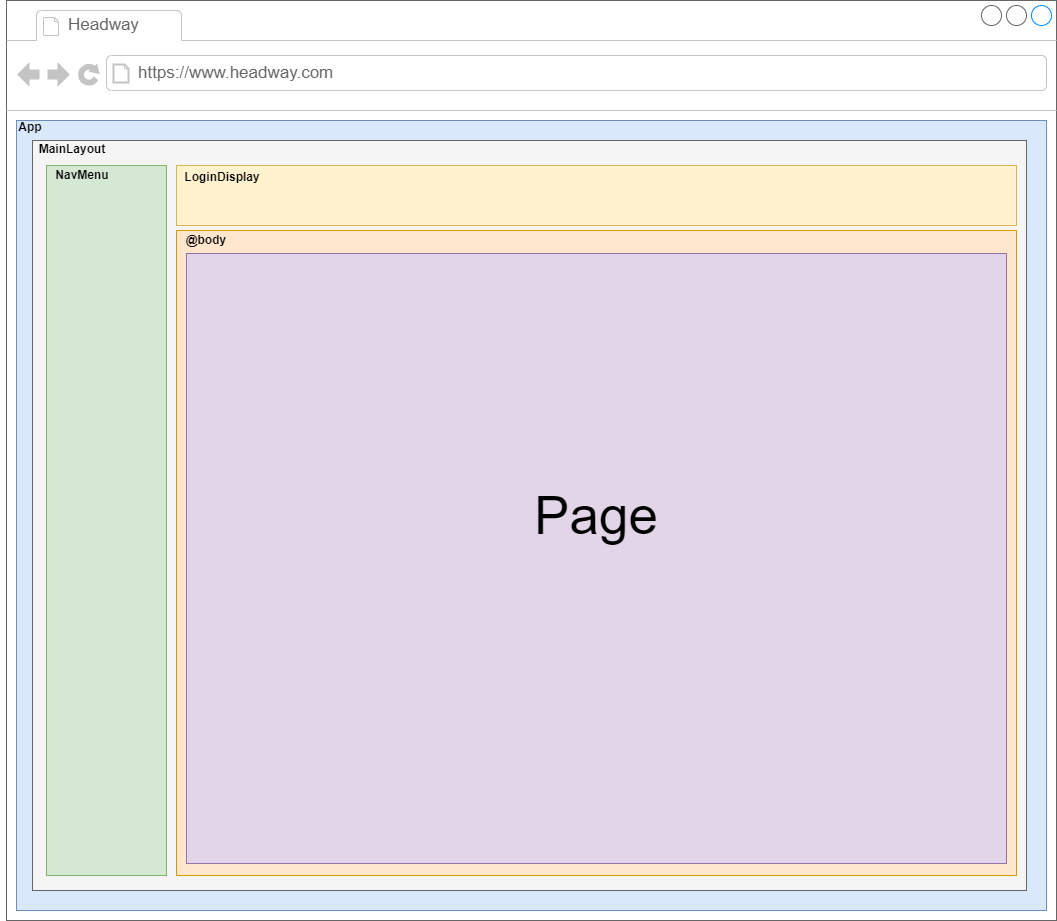
The draw.io diagram readme-images/Layout.drawio.png in grantcolley/headway, before a commit. Source tidied: cells renumbered, new cells last; positions are measured from the earlier drawing's top-left corner, leaving out a move shared by most shapes. Its diagram source:
```xml
<mxGraphModel background="#ffffff">
  <root>
    <mxCell id="0" />
    <mxCell id="1" parent="0" />
    <mxCell id="2" style="strokeWidth=1;shadow=0;dashed=0;align=center;html=1;shape=mxgraph.mockup.containers.browserWindow;rSize=0;strokeColor=#666666;mainText=,;rounded=0;labelBackgroundColor=none;fontFamily=Verdana;fontSize=26;" parent="1" vertex="1">
      <mxGeometry x="6" width="1050" height="920" as="geometry" />
    </mxCell>
    <mxCell id="3" value="Headway" style="strokeWidth=1;shadow=0;dashed=0;align=center;html=1;shape=mxgraph.mockup.containers.anchor;fontSize=17;fontColor=#666666;align=left;" parent="2" vertex="1">
      <mxGeometry x="60" y="12" width="110" height="26" as="geometry" />
    </mxCell>
    <mxCell id="4" value="https://www.headway.com" style="strokeWidth=1;shadow=0;dashed=0;align=center;html=1;shape=mxgraph.mockup.containers.anchor;rSize=0;fontSize=17;fontColor=#666666;align=left;" parent="2" vertex="1">
      <mxGeometry x="130" y="60" width="250" height="26" as="geometry" />
    </mxCell>
    <mxCell id="5" style="rounded=0;whiteSpace=wrap;html=1;fillColor=#dae8fc;strokeColor=#6c8ebf;" parent="2" vertex="1">
      <mxGeometry x="10" y="120" width="1030" height="790" as="geometry" />
    </mxCell>
    <mxCell id="6" value="App" style="text;html=1;strokeColor=none;fillColor=none;align=center;verticalAlign=middle;whiteSpace=wrap;rounded=0;fontStyle=1;" parent="2" vertex="1">
      <mxGeometry x="-6" y="112" width="60" height="30" as="geometry" />
    </mxCell>
    <mxCell id="7" style="rounded=0;whiteSpace=wrap;html=1;fillColor=#f5f5f5;strokeColor=#666666;fontColor=#333333;" parent="2" vertex="1">
      <mxGeometry x="26" y="140" width="994" height="750" as="geometry" />
    </mxCell>
    <mxCell id="8" style="rounded=0;whiteSpace=wrap;html=1;fillColor=#d5e8d4;strokeColor=#82b366;" parent="2" vertex="1">
      <mxGeometry x="40" y="165" width="120" height="710" as="geometry" />
    </mxCell>
    <mxCell id="9" style="rounded=0;whiteSpace=wrap;html=1;fillColor=#fff2cc;strokeColor=#d6b656;" parent="2" vertex="1">
      <mxGeometry x="170" y="165" width="840" height="60" as="geometry" />
    </mxCell>
    <mxCell id="10" style="rounded=0;whiteSpace=wrap;html=1;fillColor=#ffe6cc;strokeColor=#d79b00;" parent="2" vertex="1">
      <mxGeometry x="170" y="230" width="840" height="645" as="geometry" />
    </mxCell>
    <mxCell id="11" style="rounded=0;whiteSpace=wrap;html=1;fillColor=#e1d5e7;strokeColor=#9673a6;" parent="2" vertex="1">
      <mxGeometry x="180" y="253" width="820" height="610" as="geometry" />
    </mxCell>
    <mxCell id="12" value="Page" style="text;html=1;strokeColor=none;fillColor=none;align=center;verticalAlign=middle;whiteSpace=wrap;rounded=0;fontStyle=0;fontSize=53;" parent="2" vertex="1">
      <mxGeometry x="505" y="467.5" width="170" height="95" as="geometry" />
    </mxCell>
    <mxCell id="13" value="MainLayout" style="text;html=1;strokeColor=none;fillColor=none;align=center;verticalAlign=middle;whiteSpace=wrap;rounded=0;fontStyle=1;" parent="1" vertex="1">
      <mxGeometry x="42" y="134" width="60" height="30" as="geometry" />
    </mxCell>
    <mxCell id="14" value="NavMenu" style="text;html=1;strokeColor=none;fillColor=none;align=center;verticalAlign=middle;whiteSpace=wrap;rounded=0;fontStyle=1;" parent="1" vertex="1">
      <mxGeometry x="52" y="160" width="60" height="30" as="geometry" />
    </mxCell>
    <mxCell id="15" value="LoginDisplay" style="text;html=1;strokeColor=none;fillColor=none;align=center;verticalAlign=middle;whiteSpace=wrap;rounded=0;fontStyle=1;" parent="1" vertex="1">
      <mxGeometry x="192" y="162" width="60" height="30" as="geometry" />
    </mxCell>
    <mxCell id="16" value="@body" style="text;html=1;strokeColor=none;fillColor=none;align=center;verticalAlign=middle;whiteSpace=wrap;rounded=0;fontStyle=1;" parent="1" vertex="1">
      <mxGeometry x="176" y="225" width="60" height="30" as="geometry" />
    </mxCell>
  </root>
</mxGraphModel>
```
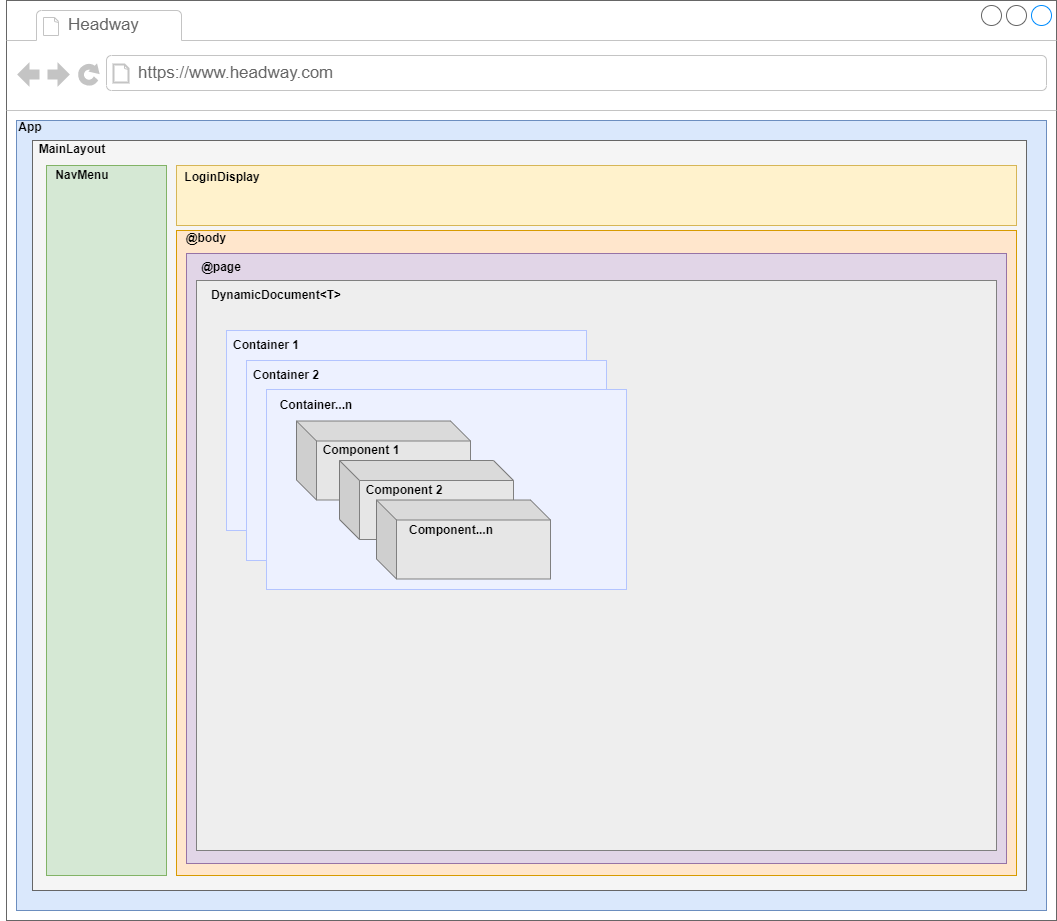
After the commit.

Change to the diagram source:
```diff
@@ -32,9 +32,51 @@
     <mxCell id="11" style="rounded=0;whiteSpace=wrap;html=1;fillColor=#e1d5e7;strokeColor=#9673a6;" parent="2" vertex="1">
       <mxGeometry x="180" y="253" width="820" height="610" as="geometry" />
     </mxCell>
-    <mxCell id="12" value="Page" style="text;html=1;strokeColor=none;fillColor=none;align=center;verticalAlign=middle;whiteSpace=wrap;rounded=0;fontStyle=0;fontSize=53;" parent="2" vertex="1">
-      <mxGeometry x="505" y="467.5" width="170" height="95" as="geometry" />
+    <mxCell id="12" value="@page" style="text;html=1;strokeColor=none;fillColor=none;align=center;verticalAlign=middle;whiteSpace=wrap;rounded=0;fontStyle=1;fontSize=12;" parent="2" vertex="1">
+      <mxGeometry x="190" y="253" width="50" height="27" as="geometry" />
     </mxCell>
+    <mxCell id="17" style="rounded=0;whiteSpace=wrap;html=1;fontSize=12;fillColor=#eeeeee;strokeColor=#808080;" parent="2" vertex="1">
+      <mxGeometry x="190" y="280" width="800" height="570" as="geometry" />
+    </mxCell>
+    <mxCell id="18" value="DynamicDocument&amp;lt;T&amp;gt;" style="text;html=1;strokeColor=none;fillColor=none;align=center;verticalAlign=middle;whiteSpace=wrap;rounded=0;fontSize=12;fontStyle=1;" parent="2" vertex="1">
+      <mxGeometry x="200" y="280" width="140" height="30" as="geometry" />
+    </mxCell>
+    <mxCell id="19" style="rounded=0;whiteSpace=wrap;html=1;fontSize=12;strokeColor=#B3C4FF;fillColor=#EDF1FF;" parent="2" vertex="1">
+      <mxGeometry x="220" y="330" width="360" height="200" as="geometry" />
+    </mxCell>
+    <mxCell id="20" value="Container 1" style="text;html=1;strokeColor=none;fillColor=none;align=center;verticalAlign=middle;whiteSpace=wrap;rounded=0;fontSize=12;fontStyle=1;" parent="2" vertex="1">
+      <mxGeometry x="220" y="330" width="80" height="30" as="geometry" />
+    </mxCell>
+    <mxCell id="21" style="rounded=0;whiteSpace=wrap;html=1;fontSize=12;strokeColor=#B3C4FF;fillColor=#EDF1FF;" parent="2" vertex="1">
+      <mxGeometry x="240" y="360" width="360" height="200" as="geometry" />
+    </mxCell>
+    <mxCell id="22" style="rounded=0;whiteSpace=wrap;html=1;fontSize=12;strokeColor=#B3C4FF;fillColor=#EDF1FF;" parent="2" vertex="1">
+      <mxGeometry x="260" y="389" width="360" height="200" as="geometry" />
+    </mxCell>
+    <mxCell id="23" value="Container...n" style="text;html=1;strokeColor=none;fillColor=none;align=center;verticalAlign=middle;whiteSpace=wrap;rounded=0;fontSize=12;fontStyle=1;" parent="2" vertex="1">
+      <mxGeometry x="260" y="390" width="100" height="30" as="geometry" />
+    </mxCell>
+    <mxCell id="24" value="Container 2" style="text;html=1;strokeColor=none;fillColor=none;align=center;verticalAlign=middle;whiteSpace=wrap;rounded=0;fontSize=12;fontStyle=1;" parent="2" vertex="1">
+      <mxGeometry x="240" y="360" width="80" height="30" as="geometry" />
+    </mxCell>
+    <mxCell id="25" style="shape=cube;whiteSpace=wrap;html=1;boundedLbl=1;backgroundOutline=1;darkOpacity=0.05;darkOpacity2=0.1;fontSize=12;strokeColor=#808080;fillColor=#E6E6E6;" parent="2" vertex="1">
+      <mxGeometry x="290" y="420.5" width="174" height="79" as="geometry" />
+    </mxCell>
+    <mxCell id="26" style="shape=cube;whiteSpace=wrap;html=1;boundedLbl=1;backgroundOutline=1;darkOpacity=0.05;darkOpacity2=0.1;fontSize=12;strokeColor=#808080;fillColor=#E6E6E6;" parent="2" vertex="1">
+      <mxGeometry x="333" y="460" width="174" height="79" as="geometry" />
+    </mxCell>
+    <mxCell id="27" style="shape=cube;whiteSpace=wrap;html=1;boundedLbl=1;backgroundOutline=1;darkOpacity=0.05;darkOpacity2=0.1;fontSize=12;strokeColor=#808080;fillColor=#E6E6E6;" parent="2" vertex="1">
+      <mxGeometry x="370" y="499.5" width="174" height="79" as="geometry" />
+    </mxCell>
+    <mxCell id="28" value="Component 1" style="text;html=1;strokeColor=none;fillColor=none;align=center;verticalAlign=middle;whiteSpace=wrap;rounded=0;fontSize=12;fontStyle=1;" parent="2" vertex="1">
+      <mxGeometry x="310" y="440" width="90" height="20" as="geometry" />
+    </mxCell>
+    <mxCell id="29" value="Component 2" style="text;html=1;strokeColor=none;fillColor=none;align=center;verticalAlign=middle;whiteSpace=wrap;rounded=0;fontSize=12;fontStyle=1;" parent="2" vertex="1">
+      <mxGeometry x="353" y="479.5" width="90" height="20" as="geometry" />
+    </mxCell>
+    <mxCell id="30" value="Component...n" style="text;html=1;strokeColor=none;fillColor=none;align=center;verticalAlign=middle;whiteSpace=wrap;rounded=0;fontSize=12;fontStyle=1;" parent="2" vertex="1">
+      <mxGeometry x="390" y="520" width="110" height="20" as="geometry" />
+    </mxCell>
     <mxCell id="13" value="MainLayout" style="text;html=1;strokeColor=none;fillColor=none;align=center;verticalAlign=middle;whiteSpace=wrap;rounded=0;fontStyle=1;" parent="1" vertex="1">
       <mxGeometry x="42" y="134" width="60" height="30" as="geometry" />
     </mxCell>
@@ -45,7 +87,7 @@
       <mxGeometry x="192" y="162" width="60" height="30" as="geometry" />
     </mxCell>
     <mxCell id="16" value="@body" style="text;html=1;strokeColor=none;fillColor=none;align=center;verticalAlign=middle;whiteSpace=wrap;rounded=0;fontStyle=1;" parent="1" vertex="1">
-      <mxGeometry x="176" y="225" width="60" height="30" as="geometry" />
+      <mxGeometry x="176" y="225" width="60" height="25" as="geometry" />
     </mxCell>
   </root>
 </mxGraphModel>
```
